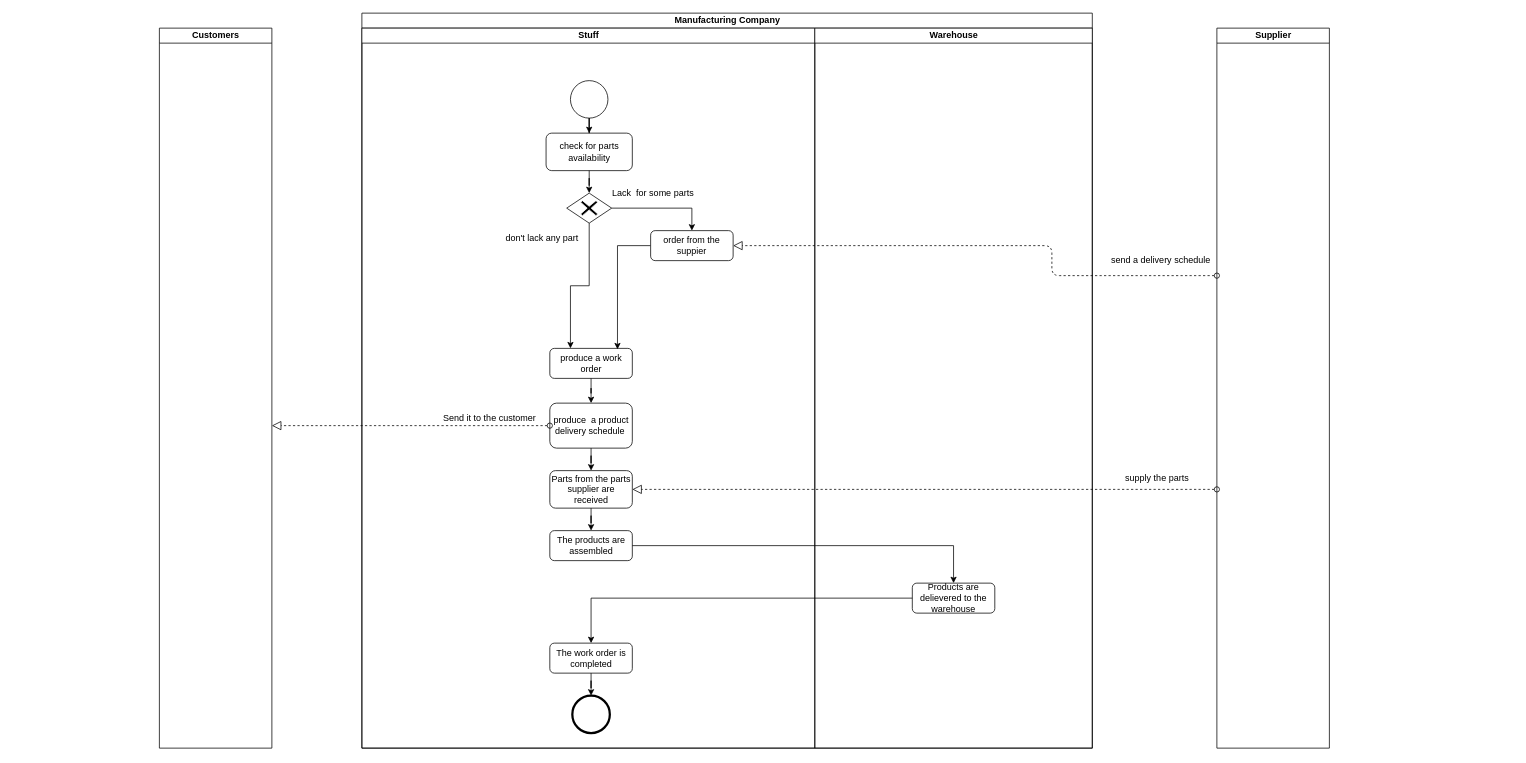
RuichenPan/gitBasics keeps this draw.io diagram as Q2.drawio. Above is the earlier version. Source tidied: cells renumbered, new cells numbered last; positions are measured from the earlier drawing's top-left corner, leaving out a move shared by most shapes. Both pictures are drawn from the tidied source at 75%, with x=0, y=0 at pixel (159, 13).
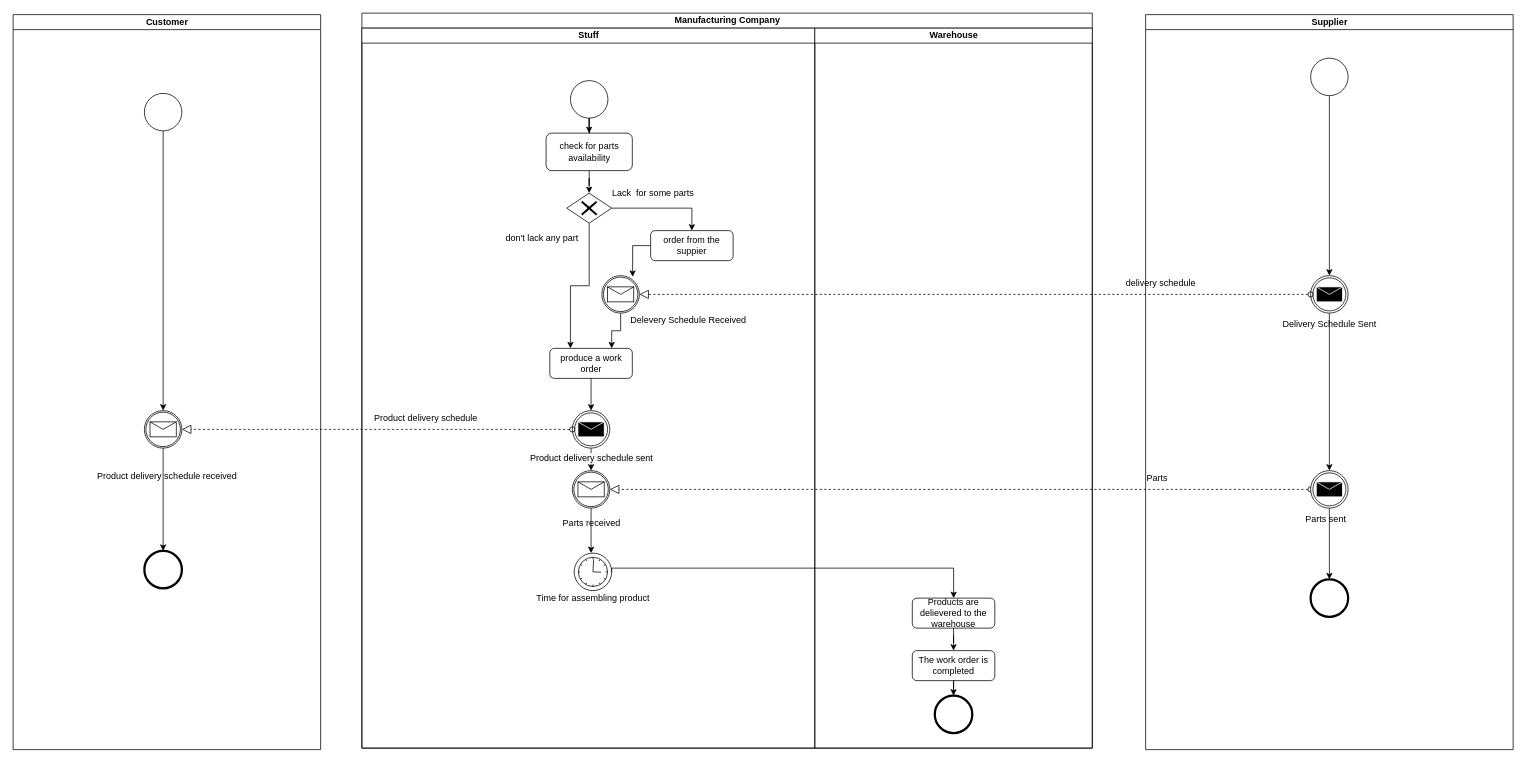
After the change.

The change refers to these unchanged cells:
```xml
<mxCell id="2" value="Manufacturing Company" style="swimlane;html=1;startSize=20;" parent="1" vertex="1">
  <mxGeometry x="270" width="973.9" height="980" as="geometry" />
</mxCell>
<mxCell id="3" value="Stuff" style="swimlane;html=1;startSize=20;" parent="2" vertex="1">
  <mxGeometry y="20" width="603.9" height="960" as="geometry" />
</mxCell>
<mxCell id="9" value="produce a work order" style="shape=ext;rounded=1;html=1;whiteSpace=wrap;" parent="3" vertex="1">
  <mxGeometry x="250.6" y="427" width="110" height="40" as="geometry" />
</mxCell>
<mxCell id="21" value="order from the suppier" style="shape=ext;rounded=1;html=1;whiteSpace=wrap;" parent="3" vertex="1">
  <mxGeometry x="385" y="270" width="110" height="40" as="geometry" />
</mxCell>
<mxCell id="26" value="Warehouse" style="swimlane;html=1;startSize=20;" parent="2" vertex="1">
  <mxGeometry x="603.9" y="20" width="370" height="960" as="geometry" />
</mxCell>
```

What changed in the source:
```diff
@@
-    <mxCell id="11" value="produce&amp;nbsp; a product delivery schedule&amp;nbsp;" style="shape=ext;rounded=1;html=1;whiteSpace=wrap;" parent="3" vertex="1">
-      <mxGeometry x="250.6" y="500" width="110" height="60" as="geometry" />
-    </mxCell>
-    <mxCell id="12" style="edgeStyle=orthogonalEdgeStyle;rounded=0;jettySize=auto;html=1;" parent="3" edge="1" source="9" target="11">
-      <mxGeometry relative="1" as="geometry" />
-    </mxCell>
-    <mxCell id="13" value="Parts from the parts supplier are received" style="shape=ext;rounded=1;html=1;whiteSpace=wrap;" parent="3" vertex="1">
-      <mxGeometry x="250.6" y="590" width="110" height="50" as="geometry" />
-    </mxCell>
-    <mxCell id="14" style="edgeStyle=orthogonalEdgeStyle;rounded=0;jettySize=auto;html=1;" parent="3" edge="1" source="11" target="13">
-      <mxGeometry relative="1" as="geometry" />
-    </mxCell>
-    <mxCell id="15" value="The products are assembled" style="shape=ext;rounded=1;html=1;whiteSpace=wrap;" parent="3" vertex="1">
-      <mxGeometry x="250.6" y="670" width="110" height="40" as="geometry" />
-    </mxCell>
-    <mxCell id="16" style="edgeStyle=orthogonalEdgeStyle;rounded=0;jettySize=auto;html=1;" parent="3" edge="1" source="13" target="15">
-      <mxGeometry relative="1" as="geometry" />
-    </mxCell>
-    <mxCell id="17" value="The work order is completed" style="shape=ext;rounded=1;html=1;whiteSpace=wrap;" parent="3" vertex="1">
-      <mxGeometry x="250.6" y="820" width="110" height="40" as="geometry" />
-    </mxCell>
-    <mxCell id="18" style="shape=mxgraph.bpmn.shape;html=1;verticalLabelPosition=bottom;labelBackgroundColor=#ffffff;verticalAlign=top;align=center;perimeter=ellipsePerimeter;outlineConnect=0;outline=end;symbol=general;" parent="3" vertex="1">
-      <mxGeometry x="280.6" y="890" width="50" height="50" as="geometry" />
-    </mxCell>
-    <mxCell id="19" style="edgeStyle=orthogonalEdgeStyle;rounded=0;jettySize=auto;html=1;" parent="3" edge="1" source="17" target="18">
-      <mxGeometry relative="1" as="geometry" />
-    </mxCell>
-    <mxCell id="20" style="edgeStyle=orthogonalEdgeStyle;rounded=0;jettySize=auto;html=1;entryX=0.82;entryY=0.031;entryDx=0;entryDy=0;entryPerimeter=0;" parent="3" edge="1" source="21" target="9">
-      <mxGeometry relative="1" as="geometry" />
-    </mxCell>
@@
-    <mxCell id="25" value="Send it to the customer" style="text;html=1;align=center;verticalAlign=middle;" parent="3" vertex="1">
-      <mxGeometry x="100" y="510" width="140" height="20" as="geometry" />
+    <mxCell id="25" value="Product delivery schedule" style="text;html=1;align=center;verticalAlign=middle;" parent="3" vertex="1">
+      <mxGeometry x="10" y="510" width="150" height="20" as="geometry" />
     </mxCell>
+    <mxCell id="37" style="edgeStyle=orthogonalEdgeStyle;rounded=0;jettySize=auto;html=1;entryX=0.75;entryY=0;entryDx=0;entryDy=0;" parent="3" edge="1" source="38" target="9">
+      <mxGeometry relative="1" as="geometry" />
+    </mxCell>
+    <mxCell id="38" style="shape=mxgraph.bpmn.shape;html=1;verticalLabelPosition=bottom;labelBackgroundColor=#ffffff;verticalAlign=top;align=center;perimeter=ellipsePerimeter;outlineConnect=0;outline=catching;symbol=message;" parent="3" vertex="1">
+      <mxGeometry x="320" y="330" width="50" height="50" as="geometry" />
+    </mxCell>
+    <mxCell id="39" style="edgeStyle=orthogonalEdgeStyle;rounded=0;jettySize=auto;html=1;entryX=0.82;entryY=0.031;entryDx=0;entryDy=0;entryPerimeter=0;" parent="3" edge="1" source="21" target="38">
+      <mxGeometry relative="1" as="geometry" />
+    </mxCell>
+    <mxCell id="40" value="Delevery Schedule Received" style="text;html=1;align=center;verticalAlign=middle;" parent="3" vertex="1">
+      <mxGeometry x="350" y="380" width="170" height="20" as="geometry" />
+    </mxCell>
+    <mxCell id="41" style="edgeStyle=orthogonalEdgeStyle;rounded=0;jettySize=auto;html=1;" parent="3" edge="1" source="42" target="45">
+      <mxGeometry relative="1" as="geometry" />
+    </mxCell>
+    <mxCell id="42" value="&lt;span style=&quot;background-color: rgb(248 , 249 , 250)&quot;&gt;Product delivery schedule sent&lt;/span&gt;" style="shape=mxgraph.bpmn.shape;html=1;verticalLabelPosition=bottom;labelBackgroundColor=#ffffff;verticalAlign=top;align=center;perimeter=ellipsePerimeter;outlineConnect=0;outline=throwing;symbol=message;" parent="3" vertex="1">
+      <mxGeometry x="280.6" y="510" width="50" height="50" as="geometry" />
+    </mxCell>
+    <mxCell id="43" style="edgeStyle=orthogonalEdgeStyle;rounded=0;jettySize=auto;html=1;" parent="3" edge="1" source="9" target="42">
+      <mxGeometry relative="1" as="geometry" />
+    </mxCell>
+    <mxCell id="44" style="edgeStyle=orthogonalEdgeStyle;rounded=0;jettySize=auto;html=1;" parent="3" edge="1" source="45">
+      <mxGeometry relative="1" as="geometry">
+        <mxPoint x="305.6" y="700" as="targetPoint" />
+      </mxGeometry>
+    </mxCell>
+    <mxCell id="45" style="shape=mxgraph.bpmn.shape;html=1;verticalLabelPosition=bottom;labelBackgroundColor=#ffffff;verticalAlign=top;align=center;perimeter=ellipsePerimeter;outlineConnect=0;outline=catching;symbol=message;" parent="3" vertex="1">
+      <mxGeometry x="280.6" y="590" width="50" height="50" as="geometry" />
+    </mxCell>
+    <mxCell id="46" value="Parts received" style="text;html=1;align=center;verticalAlign=middle;" parent="3" vertex="1">
+      <mxGeometry x="260.6" y="650" width="90" height="20" as="geometry" />
+    </mxCell>
+    <mxCell id="47" style="shape=mxgraph.bpmn.shape;html=1;verticalLabelPosition=bottom;labelBackgroundColor=#ffffff;verticalAlign=top;align=center;perimeter=ellipsePerimeter;outlineConnect=0;outline=standard;symbol=timer;" parent="3" vertex="1">
+      <mxGeometry x="283.1" y="700" width="50" height="50" as="geometry" />
+    </mxCell>
+    <mxCell id="48" value="Time for assembling product" style="text;html=1;align=center;verticalAlign=middle;" parent="3" vertex="1">
+      <mxGeometry x="223.1" y="750" width="170" height="20" as="geometry" />
+    </mxCell>
+    <mxCell id="28" style="edgeStyle=orthogonalEdgeStyle;rounded=0;jettySize=auto;html=1;exitX=1;exitY=0.5;exitDx=0;exitDy=0;" parent="2" edge="1" source="47" target="27">
+      <mxGeometry relative="1" as="geometry">
+        <Array as="points">
+          <mxPoint x="333" y="740" />
+          <mxPoint x="789" y="740" />
+        </Array>
+      </mxGeometry>
+    </mxCell>
@@
     <mxCell id="27" value="Products are delievered to the warehouse" style="shape=ext;rounded=1;html=1;whiteSpace=wrap;" parent="26" vertex="1">
-      <mxGeometry x="130" y="740" width="110" height="40" as="geometry" />
+      <mxGeometry x="130" y="760" width="110" height="40" as="geometry" />
     </mxCell>
-    <mxCell id="28" style="edgeStyle=orthogonalEdgeStyle;rounded=0;jettySize=auto;html=1;" parent="2" edge="1" source="15" target="27">
-      <mxGeometry relative="1" as="geometry" />
-    </mxCell>
+    <mxCell id="17" value="The work order is completed" style="shape=ext;rounded=1;html=1;whiteSpace=wrap;" parent="26" vertex="1">
+      <mxGeometry x="130" y="830" width="110" height="40" as="geometry" />
+    </mxCell>
+    <mxCell id="18" style="shape=mxgraph.bpmn.shape;html=1;verticalLabelPosition=bottom;labelBackgroundColor=#ffffff;verticalAlign=top;align=center;perimeter=ellipsePerimeter;outlineConnect=0;outline=end;symbol=general;" parent="26" vertex="1">
+      <mxGeometry x="160" y="890" width="50" height="50" as="geometry" />
+    </mxCell>
+    <mxCell id="19" style="edgeStyle=orthogonalEdgeStyle;rounded=0;jettySize=auto;html=1;" parent="26" edge="1" source="17" target="18">
+      <mxGeometry relative="1" as="geometry" />
+    </mxCell>
-    <mxCell id="29" style="edgeStyle=orthogonalEdgeStyle;rounded=0;jettySize=auto;html=1;" parent="2" edge="1" source="27" target="17">
+    <mxCell id="29" style="edgeStyle=orthogonalEdgeStyle;rounded=0;jettySize=auto;html=1;" parent="26" edge="1" source="27" target="17">
       <mxGeometry relative="1" as="geometry" />
     </mxCell>
+    <mxCell id="32" value="delivery schedule" style="text;html=1;align=center;verticalAlign=middle;rotation=0;" parent="1" vertex="1">
+      <mxGeometry x="1280" y="350" width="110" height="20" as="geometry" />
+    </mxCell>
+    <mxCell id="35" style="startArrow=oval;startFill=0;startSize=7;endArrow=block;endFill=0;endSize=10;dashed=1;html=1;entryX=1;entryY=0.5;entryDx=0;entryDy=0;exitX=0;exitY=0.5;exitDx=0;exitDy=0;" parent="1" edge="1" source="55" target="45">
+      <mxGeometry relative="1" as="geometry" />
+    </mxCell>
-    <mxCell id="30" value="Supplier" style="swimlane;html=1;startSize=20;" parent="1" vertex="1">
-      <mxGeometry x="1410" y="20" width="150" height="960" as="geometry" />
+    <mxCell id="30" value="Supplier" style="swimlane;html=1;horizontal=0;startSize=20;rotation=90;" parent="1" vertex="1">
+      <mxGeometry x="1070" y="247" width="980" height="490" as="geometry" />
     </mxCell>
-    <mxCell id="31" style="startArrow=oval;startFill=0;startSize=7;endArrow=block;endFill=0;endSize=10;dashed=1;html=1;entryX=1;entryY=0.5;entryDx=0;entryDy=0;" parent="1" edge="1" target="21">
-      <mxGeometry relative="1" as="geometry">
-        <mxPoint x="1410" y="350" as="sourcePoint" />
-        <Array as="points">
-          <mxPoint x="1190" y="350" />
-          <mxPoint x="1190" y="310" />
-        </Array>
-      </mxGeometry>
-    </mxCell>
-    <mxCell id="32" value="send a delivery schedule" style="text;html=1;align=center;verticalAlign=middle;rotation=0;" parent="1" vertex="1">
-      <mxGeometry x="1260" y="320" width="150" height="20" as="geometry" />
-    </mxCell>
-    <mxCell id="33" value="Customers" style="swimlane;html=1;startSize=20;" parent="1" vertex="1">
-      <mxGeometry y="20" width="150" height="960" as="geometry" />
-    </mxCell>
-    <mxCell id="34" style="startArrow=oval;startFill=0;startSize=7;endArrow=block;endFill=0;endSize=10;dashed=1;html=1;exitX=0;exitY=0.5;exitDx=0;exitDy=0;" parent="1" edge="1" source="11">
-      <mxGeometry relative="1" as="geometry">
-        <mxPoint x="150" y="550" as="targetPoint" />
-        <Array as="points">
-          <mxPoint x="240" y="550" />
-        </Array>
-      </mxGeometry>
-    </mxCell>
-    <mxCell id="35" style="startArrow=oval;startFill=0;startSize=7;endArrow=block;endFill=0;endSize=10;dashed=1;html=1;entryX=1;entryY=0.5;entryDx=0;entryDy=0;" parent="1" edge="1" target="13">
-      <mxGeometry relative="1" as="geometry">
-        <mxPoint x="1410" y="635" as="sourcePoint" />
-      </mxGeometry>
-    </mxCell>
+    <mxCell id="49" style="edgeStyle=orthogonalEdgeStyle;rounded=0;jettySize=auto;html=1;entryX=0.5;entryY=0;entryDx=0;entryDy=0;" parent="30" edge="1" source="50" target="52">
+      <mxGeometry relative="1" as="geometry" />
+    </mxCell>
+    <mxCell id="50" style="shape=mxgraph.bpmn.shape;html=1;verticalLabelPosition=bottom;labelBackgroundColor=#ffffff;verticalAlign=top;align=center;perimeter=ellipsePerimeter;outlineConnect=0;outline=standard;symbol=general;" parent="30" vertex="1">
+      <mxGeometry x="465" y="-187" width="50" height="50" as="geometry" />
+    </mxCell>
+    <mxCell id="51" style="edgeStyle=orthogonalEdgeStyle;rounded=0;jettySize=auto;html=1;" parent="30" edge="1" source="52" target="55">
+      <mxGeometry relative="1" as="geometry" />
+    </mxCell>
+    <mxCell id="52" style="shape=mxgraph.bpmn.shape;html=1;verticalLabelPosition=bottom;labelBackgroundColor=#ffffff;verticalAlign=top;align=center;perimeter=ellipsePerimeter;outlineConnect=0;outline=throwing;symbol=message;" parent="30" vertex="1">
+      <mxGeometry x="465" y="103" width="50" height="50" as="geometry" />
+    </mxCell>
+    <mxCell id="53" value="Delivery Schedule Sent" style="text;html=1;align=center;verticalAlign=middle;" parent="30" vertex="1">
+      <mxGeometry x="420" y="158" width="140" height="20" as="geometry" />
+    </mxCell>
+    <mxCell id="54" style="edgeStyle=orthogonalEdgeStyle;rounded=0;jettySize=auto;html=1;entryX=0.5;entryY=0;entryDx=0;entryDy=0;" parent="30" edge="1" source="55" target="57">
+      <mxGeometry relative="1" as="geometry" />
+    </mxCell>
+    <mxCell id="55" style="shape=mxgraph.bpmn.shape;html=1;verticalLabelPosition=bottom;labelBackgroundColor=#ffffff;verticalAlign=top;align=center;perimeter=ellipsePerimeter;outlineConnect=0;outline=throwing;symbol=message;" parent="30" vertex="1">
+      <mxGeometry x="465" y="363" width="50" height="50" as="geometry" />
+    </mxCell>
+    <mxCell id="56" value="Parts sent" style="text;html=1;align=center;verticalAlign=middle;" parent="30" vertex="1">
+      <mxGeometry x="450" y="418" width="70" height="20" as="geometry" />
+    </mxCell>
+    <mxCell id="57" style="shape=mxgraph.bpmn.shape;html=1;verticalLabelPosition=bottom;labelBackgroundColor=#ffffff;verticalAlign=top;align=center;perimeter=ellipsePerimeter;outlineConnect=0;outline=end;symbol=general;" parent="30" vertex="1">
+      <mxGeometry x="465" y="508" width="50" height="50" as="geometry" />
+    </mxCell>
+    <mxCell id="58" style="startArrow=oval;startFill=0;startSize=7;endArrow=block;endFill=0;endSize=10;dashed=1;html=1;exitX=0;exitY=0.5;exitDx=0;exitDy=0;entryX=1;entryY=0.5;entryDx=0;entryDy=0;" parent="1" edge="1" source="52" target="38">
+      <mxGeometry relative="1" as="geometry" />
+    </mxCell>
+    <mxCell id="59" style="startArrow=oval;startFill=0;startSize=7;endArrow=block;endFill=0;endSize=10;dashed=1;html=1;entryX=1;entryY=0.5;entryDx=0;entryDy=0;" parent="1" edge="1" source="42" target="62">
+      <mxGeometry relative="1" as="geometry" />
+    </mxCell>
+    <mxCell id="60" value="Customer" style="swimlane;html=1;horizontal=0;startSize=20;rotation=90;" parent="1" vertex="1">
+      <mxGeometry x="-480" y="287" width="980" height="410" as="geometry" />
+    </mxCell>
+    <mxCell id="61" style="edgeStyle=orthogonalEdgeStyle;rounded=0;jettySize=auto;html=1;" parent="60" edge="1" source="62" target="66">
+      <mxGeometry relative="1" as="geometry" />
+    </mxCell>
+    <mxCell id="62" style="shape=mxgraph.bpmn.shape;html=1;verticalLabelPosition=bottom;labelBackgroundColor=#ffffff;verticalAlign=top;align=center;perimeter=ellipsePerimeter;outlineConnect=0;outline=catching;symbol=message;" parent="60" vertex="1">
+      <mxGeometry x="460" y="243" width="50" height="50" as="geometry" />
+    </mxCell>
+    <mxCell id="63" value="Product delivery schedule received" style="text;html=1;align=center;verticalAlign=middle;" parent="60" vertex="1">
+      <mxGeometry x="390" y="320" width="200" height="20" as="geometry" />
+    </mxCell>
+    <mxCell id="64" style="edgeStyle=orthogonalEdgeStyle;rounded=0;jettySize=auto;html=1;" parent="60" edge="1" source="65" target="62">
+      <mxGeometry relative="1" as="geometry" />
+    </mxCell>
+    <mxCell id="65" style="shape=mxgraph.bpmn.shape;html=1;verticalLabelPosition=bottom;labelBackgroundColor=#ffffff;verticalAlign=top;align=center;perimeter=ellipsePerimeter;outlineConnect=0;outline=standard;symbol=general;" parent="60" vertex="1">
+      <mxGeometry x="460" y="-180" width="50" height="50" as="geometry" />
+    </mxCell>
+    <mxCell id="66" style="shape=mxgraph.bpmn.shape;html=1;verticalLabelPosition=bottom;labelBackgroundColor=#ffffff;verticalAlign=top;align=center;perimeter=ellipsePerimeter;outlineConnect=0;outline=end;symbol=general;" parent="60" vertex="1">
+      <mxGeometry x="460" y="430" width="50" height="50" as="geometry" />
+    </mxCell>
-    <mxCell id="36" value="supply the parts" style="text;html=1;align=center;verticalAlign=middle;" parent="1" vertex="1">
-      <mxGeometry x="1280" y="610" width="100" height="20" as="geometry" />
+    <mxCell id="36" value="Parts" style="text;html=1;align=center;verticalAlign=middle;" parent="1" vertex="1">
+      <mxGeometry x="1310" y="610" width="40" height="20" as="geometry" />
     </mxCell>
```
